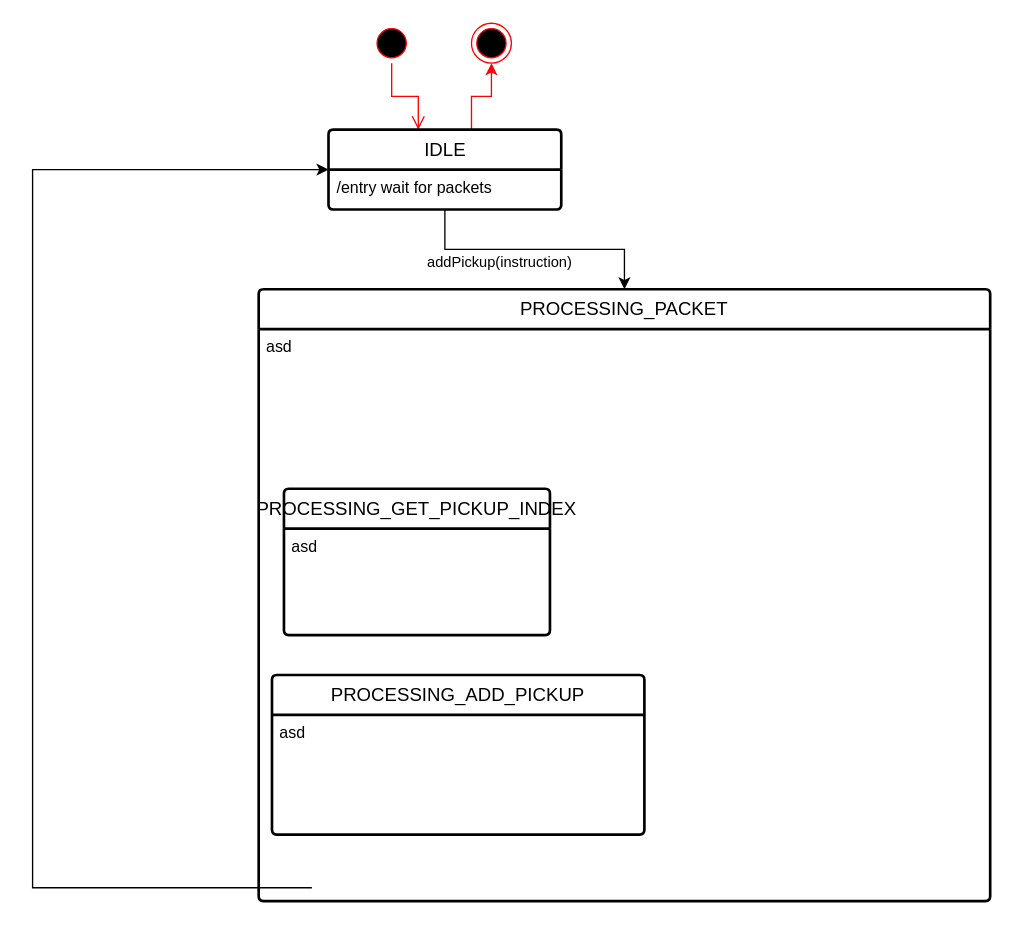
Earlier version of the draw.io diagram page "elevator-comm" (3 of 3) of docs/state-diagram/state-diagram.drawio (Nicerice96/3303---Elevator). Source tidied: cells renumbered, new cells numbered last; positions are measured from the earlier drawing's top-left corner, leaving out a move shared by most shapes. Both pictures are drawn from the tidied source at 133%, with x=0, y=0 at pixel (32, 23).
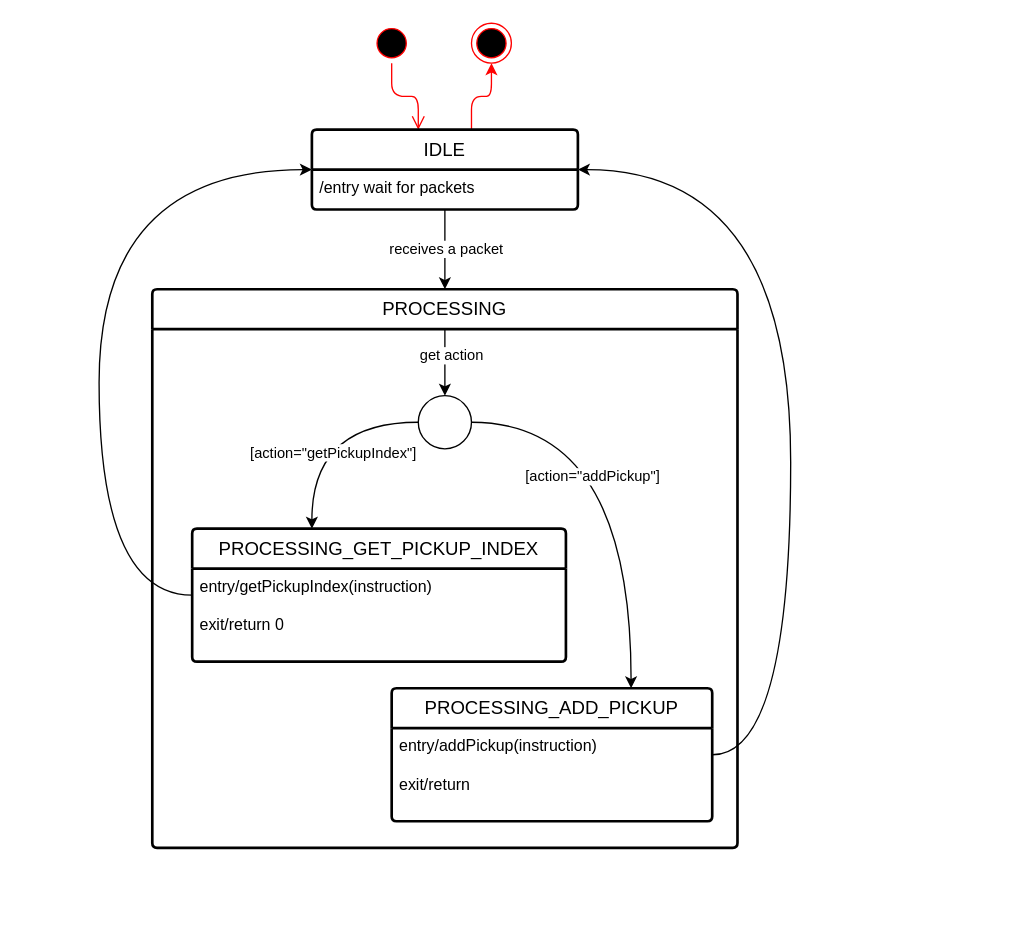
Above is the later version.

Unchanged cells that the change refers to:
```xml
<mxCell id="3" style="ellipse;html=1;shape=startState;fillColor=#000000;strokeColor=#ff0000;" parent="1" vertex="1">
  <mxGeometry x="255" width="30" height="30" as="geometry" />
</mxCell>
<mxCell id="5" style="ellipse;html=1;shape=endState;fillColor=#000000;strokeColor=#ff0000;" parent="1" vertex="1">
  <mxGeometry x="330" width="30" height="30" as="geometry" />
</mxCell>
<mxCell id="7" style="edgeStyle=orthogonalEdgeStyle;rounded=0;jettySize=auto;html=1;" parent="1" edge="1" source="9" target="11">
  <mxGeometry relative="1" as="geometry" />
</mxCell>
```

What changed in the source:
```diff
@@
+    <mxCell id="11" value="PROCESSING" style="swimlane;horizontal=1;startSize=30;rounded=1;fontSize=14;fontStyle=0;strokeWidth=2;shadow=0;dashed=0;align=center;arcSize=4;whiteSpace=wrap;html=1;" parent="1" vertex="1">
+      <mxGeometry x="90" y="200" width="440" height="420" as="geometry" />
+    </mxCell>
-    <mxCell id="2" style="edgeStyle=orthogonalEdgeStyle;rounded=0;jettySize=auto;html=1;fontColor=#ff0000;labelBorderColor=none;strokeColor=#FF0000;" parent="1" edge="1" source="9" target="5">
+    <mxCell id="2" style="edgeStyle=orthogonalEdgeStyle;rounded=1;jettySize=auto;html=1;fontColor=#ff0000;labelBorderColor=none;strokeColor=#FF0000;curved=0;" parent="1" edge="1" source="9" target="5">
       <mxGeometry relative="1" as="geometry">
         <Array as="points">
           <mxPoint x="330" y="55" />
           <mxPoint x="345" y="55" />
         </Array>
       </mxGeometry>
     </mxCell>
@@
-    <mxCell id="4" style="edgeStyle=orthogonalEdgeStyle;html=1;verticalAlign=bottom;endArrow=open;endSize=8;strokeColor=#ff0000;rounded=0;" parent="1" edge="1" source="3" target="9">
+    <mxCell id="4" style="edgeStyle=orthogonalEdgeStyle;html=1;verticalAlign=bottom;endArrow=open;endSize=8;strokeColor=#ff0000;rounded=1;curved=0;" parent="1" edge="1" source="3" target="9">
       <mxGeometry relative="1" as="geometry">
         <Array as="points">
           <mxPoint x="270" y="55" />
           <mxPoint x="290" y="55" />
         </Array>
       </mxGeometry>
     </mxCell>
@@
-    <mxCell id="6" style="edgeStyle=orthogonalEdgeStyle;rounded=0;jettySize=auto;html=1;" parent="1" edge="1" target="9">
-      <mxGeometry relative="1" as="geometry">
-        <mxPoint x="210" y="650" as="sourcePoint" />
-        <Array as="points">
-          <mxPoint y="650" />
-          <mxPoint y="110" />
-        </Array>
-      </mxGeometry>
-    </mxCell>
@@
-    <mxCell id="8" value="addPickup(instruction)" style="edgeLabel;html=1;align=center;verticalAlign=middle;" parent="7" vertex="1">
+    <mxCell id="8" value="receives a packet" style="edgeLabel;html=1;align=center;verticalAlign=middle;" parent="7" vertex="1">
       <mxGeometry x="-0.29" y="-1" relative="1" as="geometry">
         <mxPoint x="1" y="8" as="offset" />
       </mxGeometry>
     </mxCell>
     <mxCell id="9" value="IDLE" style="swimlane;horizontal=1;startSize=30;rounded=1;fontSize=14;fontStyle=0;strokeWidth=2;shadow=0;dashed=0;align=center;arcSize=4;whiteSpace=wrap;html=1;" parent="1" vertex="1">
-      <mxGeometry x="222.5" y="80" width="175" height="60" as="geometry" />
+      <mxGeometry x="210" y="80" width="200" height="60" as="geometry" />
     </mxCell>
     <mxCell id="10" value="/entry wait for packets" style="align=left;strokeColor=none;fillColor=none;spacingLeft=4;fontSize=12;verticalAlign=top;html=1;" parent="9" vertex="1">
-      <mxGeometry y="30" width="175" height="30" as="geometry" />
+      <mxGeometry y="30" width="200" height="30" as="geometry" />
     </mxCell>
-    <mxCell id="11" value="PROCESSING_PACKET" style="swimlane;horizontal=1;startSize=30;rounded=1;fontSize=14;fontStyle=0;strokeWidth=2;shadow=0;dashed=0;align=center;arcSize=4;whiteSpace=wrap;html=1;" parent="1" vertex="1">
-      <mxGeometry x="170" y="200" width="550" height="460" as="geometry" />
-    </mxCell>
-    <mxCell id="12" value="asd" style="align=left;strokeColor=none;fillColor=none;spacingLeft=4;fontSize=12;verticalAlign=top;html=1;" parent="11" vertex="1">
-      <mxGeometry y="30" width="550" height="430" as="geometry" />
-    </mxCell>
+    <mxCell id="17" style="edgeStyle=orthogonalEdgeStyle;rounded=0;jettySize=auto;html=1;curved=1;" parent="1" edge="1" source="13" target="9">
+      <mxGeometry relative="1" as="geometry">
+        <Array as="points">
+          <mxPoint x="50" y="430" />
+          <mxPoint x="50" y="110" />
+        </Array>
+      </mxGeometry>
+    </mxCell>
     <mxCell id="13" value="PROCESSING_GET_PICKUP_INDEX" style="swimlane;horizontal=1;startSize=30;rounded=1;fontSize=14;fontStyle=0;strokeWidth=2;shadow=0;dashed=0;align=center;arcSize=4;whiteSpace=wrap;html=1;" parent="1" vertex="1">
-      <mxGeometry x="189" y="350" width="200" height="110" as="geometry" />
+      <mxGeometry x="120" y="380" width="281" height="100" as="geometry" />
     </mxCell>
-    <mxCell id="14" value="asd" style="align=left;strokeColor=none;fillColor=none;spacingLeft=4;fontSize=12;verticalAlign=top;html=1;" parent="13" vertex="1">
-      <mxGeometry y="30" width="200" height="80" as="geometry" />
+    <mxCell id="14" value="entry/getPickupIndex(instruction)&lt;br&gt;&lt;br&gt;exit/return 0" style="align=left;strokeColor=none;fillColor=none;spacingLeft=4;fontSize=12;verticalAlign=top;html=1;" parent="13" vertex="1">
+      <mxGeometry y="30" width="281" height="70" as="geometry" />
     </mxCell>
+    <mxCell id="18" style="edgeStyle=orthogonalEdgeStyle;rounded=0;jettySize=auto;html=1;curved=1;" parent="1" edge="1" source="15" target="9">
+      <mxGeometry relative="1" as="geometry">
+        <Array as="points">
+          <mxPoint x="570" y="550" />
+          <mxPoint x="570" y="110" />
+        </Array>
+      </mxGeometry>
+    </mxCell>
     <mxCell id="15" value="PROCESSING_ADD_PICKUP" style="swimlane;horizontal=1;startSize=30;rounded=1;fontSize=14;fontStyle=0;strokeWidth=2;shadow=0;dashed=0;align=center;arcSize=4;whiteSpace=wrap;html=1;" parent="1" vertex="1">
-      <mxGeometry x="180" y="490" width="280" height="120" as="geometry" />
+      <mxGeometry x="270" y="500" width="241" height="100" as="geometry" />
     </mxCell>
-    <mxCell id="16" value="asd" style="align=left;strokeColor=none;fillColor=none;spacingLeft=4;fontSize=12;verticalAlign=top;html=1;" parent="15" vertex="1">
-      <mxGeometry y="30" width="280" height="90" as="geometry" />
+    <mxCell id="16" value="entry/addPickup(instruction)&lt;br&gt;&lt;br&gt;exit/return" style="align=left;strokeColor=none;fillColor=none;spacingLeft=4;fontSize=12;verticalAlign=top;html=1;" parent="15" vertex="1">
+      <mxGeometry y="30" width="241" height="70" as="geometry" />
     </mxCell>
+    <mxCell id="19" style="edgeStyle=orthogonalEdgeStyle;rounded=0;jettySize=auto;html=1;curved=1;" parent="1" edge="1" source="23" target="13">
+      <mxGeometry relative="1" as="geometry">
+        <Array as="points">
+          <mxPoint x="210" y="300" />
+        </Array>
+      </mxGeometry>
+    </mxCell>
+    <mxCell id="20" value="[action=&quot;getPickupIndex&quot;]" style="edgeLabel;html=1;align=center;verticalAlign=middle;" parent="19" vertex="1">
+      <mxGeometry x="0.28" y="15" relative="1" as="geometry" />
+    </mxCell>
+    <mxCell id="21" style="edgeStyle=orthogonalEdgeStyle;rounded=0;jettySize=auto;html=1;curved=1;" parent="1" edge="1" source="23" target="15">
+      <mxGeometry relative="1" as="geometry">
+        <Array as="points">
+          <mxPoint x="450" y="300" />
+        </Array>
+      </mxGeometry>
+    </mxCell>
+    <mxCell id="22" value="[action=&quot;addPickup&quot;]" style="edgeLabel;html=1;align=center;verticalAlign=middle;" parent="21" vertex="1">
+      <mxGeometry x="0.24" y="-15" relative="1" as="geometry">
+        <mxPoint x="-15" y="-38" as="offset" />
+      </mxGeometry>
+    </mxCell>
+    <mxCell id="23" style="ellipse;whiteSpace=wrap;html=1;" parent="1" vertex="1">
+      <mxGeometry x="290" y="280" width="40" height="40" as="geometry" />
+    </mxCell>
+    <mxCell id="24" style="edgeStyle=orthogonalEdgeStyle;rounded=0;jettySize=auto;html=1;" parent="1" edge="1" target="23">
+      <mxGeometry relative="1" as="geometry">
+        <mxPoint x="310" y="230" as="sourcePoint" />
+        <Array as="points">
+          <mxPoint x="310" y="302" />
+          <mxPoint x="305" y="302" />
+        </Array>
+      </mxGeometry>
+    </mxCell>
+    <mxCell id="25" value="get action" style="edgeLabel;html=1;align=center;verticalAlign=middle;" parent="24" vertex="1">
+      <mxGeometry x="-0.29" y="-1" relative="1" as="geometry">
+        <mxPoint x="5" y="1" as="offset" />
+      </mxGeometry>
+    </mxCell>
```
